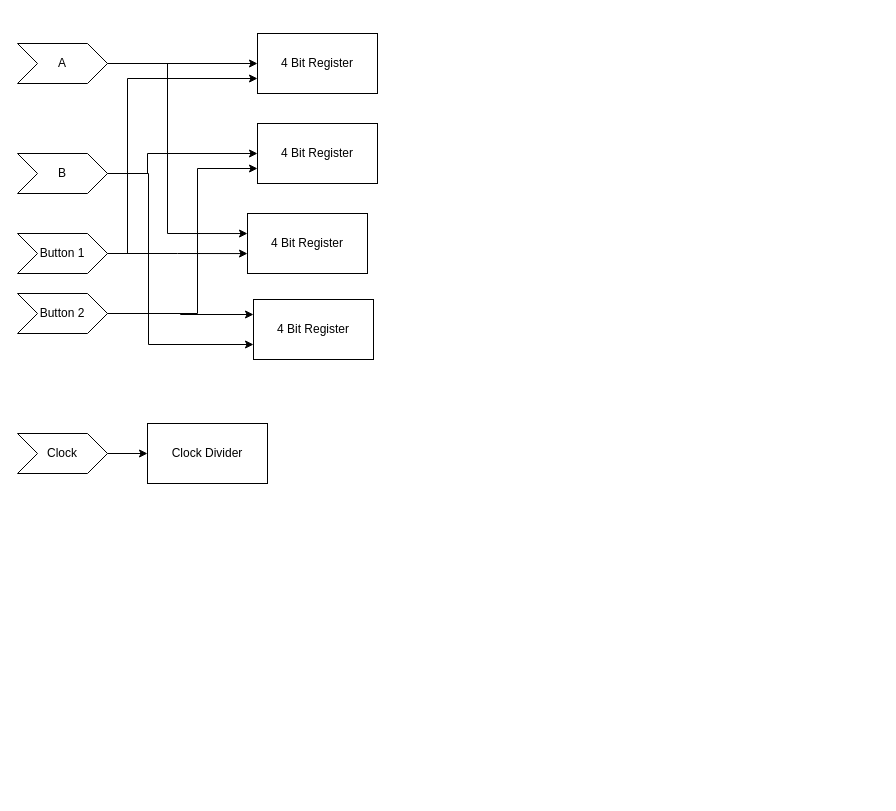
peter-tr/csse4010 keeps this draw.io diagram as prac2.drawio. Above is the earlier version. Source tidied: cells renumbered, new cells numbered last; positions are measured from the earlier drawing's top-left corner, leaving out a move shared by most shapes. Both pictures are drawn from the tidied source at 100%, with x=0, y=0 at pixel (17, 33).
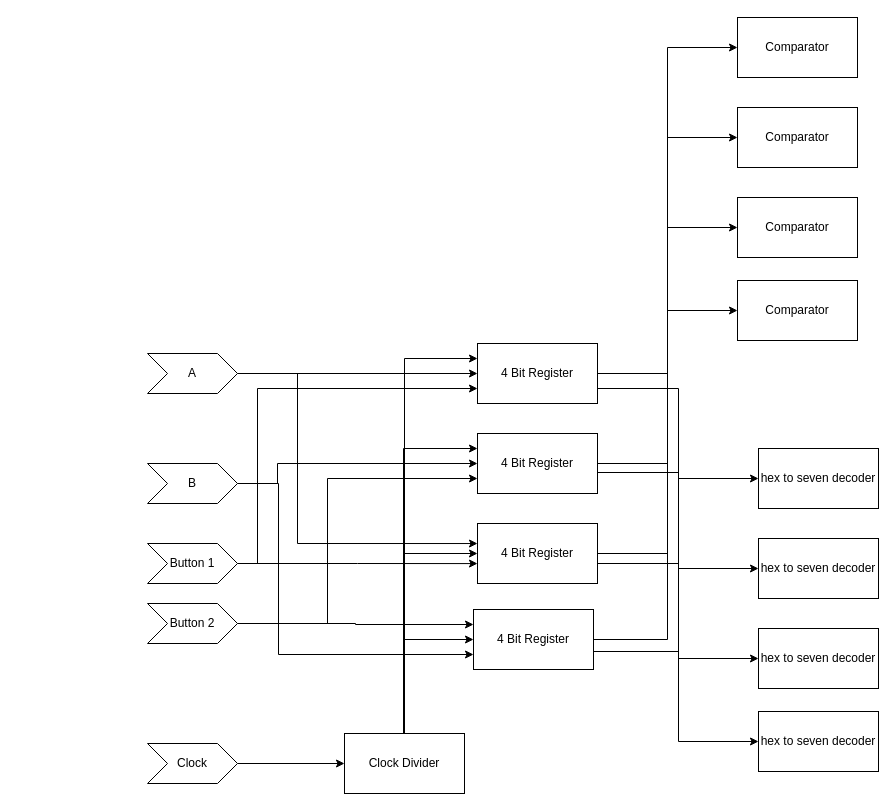
The same page after the edit.

Diff of the diagram source:
```diff
@@
     <mxCell id="3" style="edgeStyle=orthogonalEdgeStyle;rounded=0;jettySize=auto;html=1;entryX=0;entryY=0.334;entryDx=0;entryDy=0;entryPerimeter=0;" parent="1" edge="1" source="4" target="16">
       <mxGeometry relative="1" as="geometry">
         <Array as="points">
-          <mxPoint x="150" y="30" />
-          <mxPoint x="150" y="200" />
+          <mxPoint x="280" y="340" />
+          <mxPoint x="280" y="510" />
         </Array>
       </mxGeometry>
     </mxCell>
     <mxCell id="4" value="A" style="shape=step;perimeter=stepPerimeter;whiteSpace=wrap;html=1;fixedSize=1;" parent="1" vertex="1">
-      <mxGeometry y="10" width="90" height="40" as="geometry" />
+      <mxGeometry x="130" y="320" width="90" height="40" as="geometry" />
     </mxCell>
     <mxCell id="5" style="edgeStyle=orthogonalEdgeStyle;rounded=0;jettySize=auto;html=1;" parent="1" edge="1" source="7" target="15">
       <mxGeometry relative="1" as="geometry">
         <Array as="points">
-          <mxPoint x="130" y="140" />
-          <mxPoint x="130" y="120" />
+          <mxPoint x="260" y="450" />
+          <mxPoint x="260" y="430" />
         </Array>
       </mxGeometry>
     </mxCell>
     <mxCell id="6" style="edgeStyle=orthogonalEdgeStyle;rounded=0;jettySize=auto;html=1;entryX=0;entryY=0.75;entryDx=0;entryDy=0;" parent="1" edge="1" source="7" target="17">
       <mxGeometry relative="1" as="geometry">
         <Array as="points">
-          <mxPoint x="131" y="140" />
-          <mxPoint x="131" y="311" />
+          <mxPoint x="261" y="450" />
+          <mxPoint x="261" y="621" />
         </Array>
       </mxGeometry>
     </mxCell>
     <mxCell id="7" value="B" style="shape=step;perimeter=stepPerimeter;whiteSpace=wrap;html=1;fixedSize=1;" parent="1" vertex="1">
-      <mxGeometry y="120" width="90" height="40" as="geometry" />
+      <mxGeometry x="130" y="430" width="90" height="40" as="geometry" />
     </mxCell>
     <mxCell id="8" style="edgeStyle=orthogonalEdgeStyle;rounded=0;jettySize=auto;html=1;entryX=0;entryY=0.75;entryDx=0;entryDy=0;" parent="1" edge="1" source="10" target="14">
       <mxGeometry relative="1" as="geometry">
         <Array as="points">
-          <mxPoint x="110" y="220" />
-          <mxPoint x="110" y="45" />
+          <mxPoint x="240" y="530" />
+          <mxPoint x="240" y="355" />
         </Array>
       </mxGeometry>
     </mxCell>
@@
     <mxCell id="10" value="Button 1" style="shape=step;perimeter=stepPerimeter;whiteSpace=wrap;html=1;fixedSize=1;" parent="1" vertex="1">
-      <mxGeometry y="200" width="90" height="40" as="geometry" />
+      <mxGeometry x="130" y="510" width="90" height="40" as="geometry" />
     </mxCell>
     <mxCell id="11" style="edgeStyle=orthogonalEdgeStyle;rounded=0;jettySize=auto;html=1;entryX=0;entryY=0.75;entryDx=0;entryDy=0;" parent="1" edge="1" source="13" target="15">
       <mxGeometry relative="1" as="geometry">
         <Array as="points">
-          <mxPoint x="180" y="280" />
-          <mxPoint x="180" y="135" />
+          <mxPoint x="310" y="590" />
+          <mxPoint x="310" y="445" />
         </Array>
       </mxGeometry>
     </mxCell>
@@
     <mxCell id="13" value="Button 2" style="shape=step;perimeter=stepPerimeter;whiteSpace=wrap;html=1;fixedSize=1;" parent="1" vertex="1">
-      <mxGeometry y="260" width="90" height="40" as="geometry" />
+      <mxGeometry x="130" y="570" width="90" height="40" as="geometry" />
     </mxCell>
+    <mxCell id="21" style="edgeStyle=orthogonalEdgeStyle;rounded=0;jettySize=auto;html=1;entryX=0;entryY=0.5;entryDx=0;entryDy=0;" parent="1" edge="1" source="14" target="33">
+      <mxGeometry relative="1" as="geometry" />
+    </mxCell>
+    <mxCell id="22" style="edgeStyle=orthogonalEdgeStyle;rounded=0;jettySize=auto;html=1;entryX=0;entryY=0.5;entryDx=0;entryDy=0;" parent="1" edge="1" source="14" target="37">
+      <mxGeometry relative="1" as="geometry">
+        <Array as="points">
+          <mxPoint x="661" y="355" />
+          <mxPoint x="661" y="445" />
+        </Array>
+      </mxGeometry>
+    </mxCell>
     <mxCell id="14" value="4 Bit Register" style="rounded=0;whiteSpace=wrap;html=1;" parent="1" vertex="1">
-      <mxGeometry x="240" width="120" height="60" as="geometry" />
+      <mxGeometry x="460" y="310" width="120" height="60" as="geometry" />
     </mxCell>
+    <mxCell id="23" style="edgeStyle=orthogonalEdgeStyle;rounded=0;jettySize=auto;html=1;entryX=0;entryY=0.5;entryDx=0;entryDy=0;" parent="1" edge="1" source="15" target="34">
+      <mxGeometry relative="1" as="geometry" />
+    </mxCell>
+    <mxCell id="24" style="edgeStyle=orthogonalEdgeStyle;rounded=0;jettySize=auto;html=1;entryX=0;entryY=0.5;entryDx=0;entryDy=0;" parent="1" edge="1" source="15" target="38">
+      <mxGeometry relative="1" as="geometry">
+        <Array as="points">
+          <mxPoint x="661" y="439" />
+          <mxPoint x="661" y="535" />
+        </Array>
+      </mxGeometry>
+    </mxCell>
     <mxCell id="15" value="4 Bit Register" style="rounded=0;whiteSpace=wrap;html=1;" parent="1" vertex="1">
-      <mxGeometry x="240" y="90" width="120" height="60" as="geometry" />
+      <mxGeometry x="460" y="400" width="120" height="60" as="geometry" />
     </mxCell>
+    <mxCell id="25" style="edgeStyle=orthogonalEdgeStyle;rounded=0;jettySize=auto;html=1;entryX=0;entryY=0.5;entryDx=0;entryDy=0;" parent="1" edge="1" source="16" target="35">
+      <mxGeometry relative="1" as="geometry" />
+    </mxCell>
+    <mxCell id="26" style="edgeStyle=orthogonalEdgeStyle;rounded=0;jettySize=auto;html=1;entryX=0;entryY=0.5;entryDx=0;entryDy=0;" parent="1" edge="1" source="16" target="39">
+      <mxGeometry relative="1" as="geometry">
+        <Array as="points">
+          <mxPoint x="661" y="530" />
+          <mxPoint x="661" y="625" />
+        </Array>
+      </mxGeometry>
+    </mxCell>
     <mxCell id="16" value="4 Bit Register" style="rounded=0;whiteSpace=wrap;html=1;" parent="1" vertex="1">
-      <mxGeometry x="230" y="180" width="120" height="60" as="geometry" />
+      <mxGeometry x="460" y="490" width="120" height="60" as="geometry" />
     </mxCell>
+    <mxCell id="27" style="edgeStyle=orthogonalEdgeStyle;rounded=0;jettySize=auto;html=1;entryX=0;entryY=0.5;entryDx=0;entryDy=0;" parent="1" edge="1" source="17" target="36">
+      <mxGeometry relative="1" as="geometry">
+        <Array as="points">
+          <mxPoint x="650" y="606" />
+          <mxPoint x="650" y="277" />
+        </Array>
+      </mxGeometry>
+    </mxCell>
+    <mxCell id="28" style="edgeStyle=orthogonalEdgeStyle;rounded=0;jettySize=auto;html=1;entryX=0;entryY=0.5;entryDx=0;entryDy=0;" parent="1" edge="1" source="17" target="40">
+      <mxGeometry relative="1" as="geometry">
+        <Array as="points">
+          <mxPoint x="661" y="618" />
+          <mxPoint x="661" y="708" />
+        </Array>
+      </mxGeometry>
+    </mxCell>
     <mxCell id="17" value="4 Bit Register" style="rounded=0;whiteSpace=wrap;html=1;" parent="1" vertex="1">
-      <mxGeometry x="236" y="266" width="120" height="60" as="geometry" />
+      <mxGeometry x="456" y="576" width="120" height="60" as="geometry" />
     </mxCell>
@@
     <mxCell id="19" value="Clock" style="shape=step;perimeter=stepPerimeter;whiteSpace=wrap;html=1;fixedSize=1;" parent="1" vertex="1">
-      <mxGeometry y="400" width="90" height="40" as="geometry" />
+      <mxGeometry x="130" y="710" width="90" height="40" as="geometry" />
     </mxCell>
+    <mxCell id="29" style="edgeStyle=orthogonalEdgeStyle;rounded=0;jettySize=auto;html=1;entryX=0;entryY=0.5;entryDx=0;entryDy=0;" parent="1" edge="1" source="20" target="17">
+      <mxGeometry relative="1" as="geometry">
+        <Array as="points">
+          <mxPoint x="387" y="606" />
+        </Array>
+      </mxGeometry>
+    </mxCell>
+    <mxCell id="30" style="edgeStyle=orthogonalEdgeStyle;rounded=0;jettySize=auto;html=1;entryX=0;entryY=0.5;entryDx=0;entryDy=0;" parent="1" edge="1" source="20" target="16">
+      <mxGeometry relative="1" as="geometry">
+        <Array as="points">
+          <mxPoint x="387" y="520" />
+        </Array>
+      </mxGeometry>
+    </mxCell>
+    <mxCell id="31" style="edgeStyle=orthogonalEdgeStyle;rounded=0;jettySize=auto;html=1;entryX=0;entryY=0.25;entryDx=0;entryDy=0;" parent="1" edge="1" source="20" target="15">
+      <mxGeometry relative="1" as="geometry">
+        <Array as="points">
+          <mxPoint x="386" y="415" />
+        </Array>
+      </mxGeometry>
+    </mxCell>
+    <mxCell id="32" style="edgeStyle=orthogonalEdgeStyle;rounded=0;jettySize=auto;html=1;entryX=0;entryY=0.25;entryDx=0;entryDy=0;" parent="1" edge="1" source="20" target="14">
+      <mxGeometry relative="1" as="geometry">
+        <Array as="points">
+          <mxPoint x="387" y="325" />
+        </Array>
+      </mxGeometry>
+    </mxCell>
     <mxCell id="20" value="Clock Divider" style="rounded=0;whiteSpace=wrap;html=1;" parent="1" vertex="1">
-      <mxGeometry x="130" y="390" width="120" height="60" as="geometry" />
+      <mxGeometry x="327" y="700" width="120" height="60" as="geometry" />
     </mxCell>
+    <mxCell id="33" value="Comparator" style="rounded=0;whiteSpace=wrap;html=1;" parent="1" vertex="1">
+      <mxGeometry x="720" y="-16" width="120" height="60" as="geometry" />
+    </mxCell>
+    <mxCell id="34" value="Comparator" style="rounded=0;whiteSpace=wrap;html=1;" parent="1" vertex="1">
+      <mxGeometry x="720" y="74" width="120" height="60" as="geometry" />
+    </mxCell>
+    <mxCell id="35" value="Comparator" style="rounded=0;whiteSpace=wrap;html=1;" parent="1" vertex="1">
+      <mxGeometry x="720" y="164" width="120" height="60" as="geometry" />
+    </mxCell>
+    <mxCell id="36" value="Comparator" style="rounded=0;whiteSpace=wrap;html=1;" parent="1" vertex="1">
+      <mxGeometry x="720" y="247" width="120" height="60" as="geometry" />
+    </mxCell>
+    <mxCell id="37" value="hex to seven decoder" style="rounded=0;whiteSpace=wrap;html=1;" parent="1" vertex="1">
+      <mxGeometry x="741" y="415" width="120" height="60" as="geometry" />
+    </mxCell>
+    <mxCell id="38" value="hex to seven decoder" style="rounded=0;whiteSpace=wrap;html=1;" parent="1" vertex="1">
+      <mxGeometry x="741" y="505" width="120" height="60" as="geometry" />
+    </mxCell>
+    <mxCell id="39" value="hex to seven decoder" style="rounded=0;whiteSpace=wrap;html=1;" parent="1" vertex="1">
+      <mxGeometry x="741" y="595" width="120" height="60" as="geometry" />
+    </mxCell>
+    <mxCell id="40" value="hex to seven decoder" style="rounded=0;whiteSpace=wrap;html=1;" parent="1" vertex="1">
+      <mxGeometry x="741" y="678" width="120" height="60" as="geometry" />
+    </mxCell>
```
